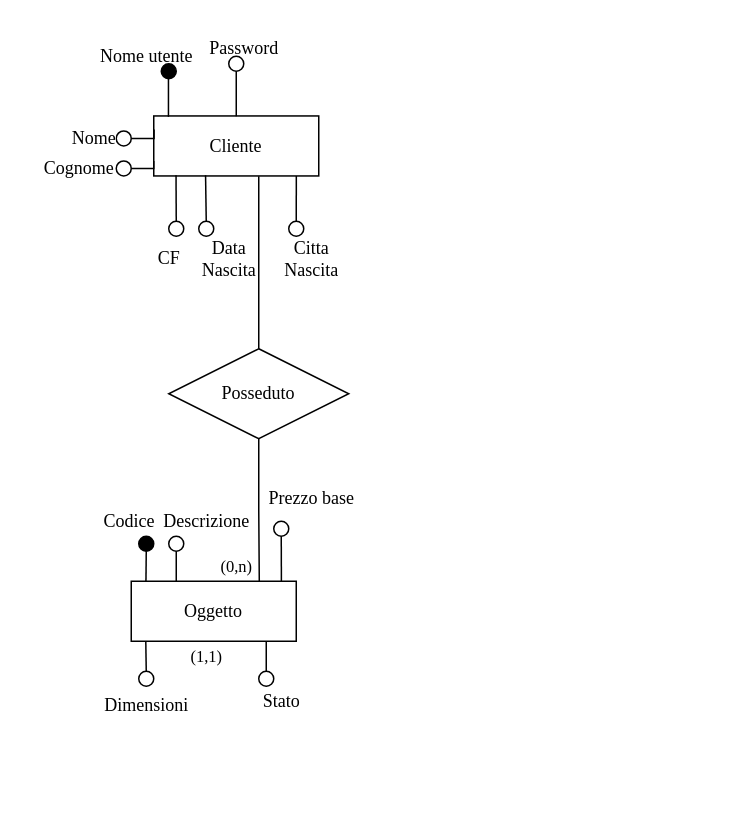
Above: materiale/Schemi Base E-R/SchemaParzialeUtente-Oggetto.drawio in A-lex00/AsteOnlineBD (draw.io), before the change. Source tidied: cells renumbered, new cells numbered last; positions are measured from the earlier drawing's top-left corner, leaving out a move shared by most shapes. Both pictures are drawn from the tidied source at 150%, with x=0, y=0 at pixel (26, 26).
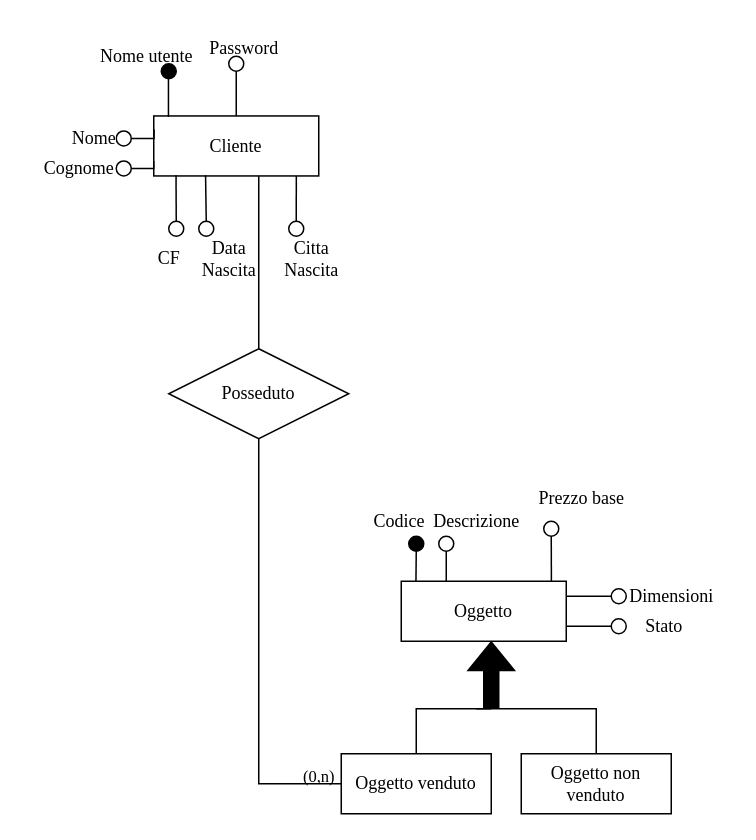
Above is the later version.

Unchanged cells that the change refers to:
```xml
<mxCell id="30" value="Posseduto" style="shape=rhombus;perimeter=rhombusPerimeter;whiteSpace=wrap;html=1;align=center;fontFamily=Times New Roman;" parent="1" vertex="1">
  <mxGeometry x="95" y="215" width="120" height="60" as="geometry" />
</mxCell>
```

Change to the diagram source:
```diff
@@
-    <mxCell id="19" style="edgeStyle=orthogonalEdgeStyle;shape=connector;rounded=0;jettySize=auto;html=1;exitX=0.5;exitY=0;exitDx=0;exitDy=0;entryX=0.818;entryY=1.009;entryDx=0;entryDy=0;entryPerimeter=0;strokeColor=default;align=center;verticalAlign=middle;fontFamily=Times New Roman;fontSize=7;fontColor=default;labelBackgroundColor=default;startFill=0;endArrow=none;" parent="1" edge="1" source="24" target="21">
-      <mxGeometry relative="1" as="geometry" />
-    </mxCell>
-    <mxCell id="20" style="edgeStyle=orthogonalEdgeStyle;rounded=0;jettySize=auto;html=1;exitX=0.5;exitY=0;exitDx=0;exitDy=0;entryX=0.088;entryY=0.98;entryDx=0;entryDy=0;entryPerimeter=0;endArrow=none;startFill=0;fontFamily=Times New Roman;" parent="1" edge="1" source="26" target="21">
-      <mxGeometry relative="1" as="geometry" />
-    </mxCell>
     <mxCell id="21" value="Oggetto" style="whiteSpace=wrap;html=1;align=center;fontFamily=Times New Roman;" parent="1" vertex="1">
-      <mxGeometry x="70" y="370" width="110" height="40" as="geometry" />
+      <mxGeometry x="250" y="370" width="110" height="40" as="geometry" />
     </mxCell>
     <mxCell id="22" style="ellipse;whiteSpace=wrap;html=1;fillColor=#000000;fontFamily=Times New Roman;" parent="1" vertex="1">
-      <mxGeometry x="75" y="340" width="10" height="10" as="geometry" />
+      <mxGeometry x="255" y="340" width="10" height="10" as="geometry" />
     </mxCell>
     <mxCell id="23" style="ellipse;whiteSpace=wrap;html=1;fontFamily=Times New Roman;" parent="1" vertex="1">
-      <mxGeometry x="95" y="340" width="10" height="10" as="geometry" />
+      <mxGeometry x="275" y="340" width="10" height="10" as="geometry" />
     </mxCell>
+    <mxCell id="19" style="edgeStyle=orthogonalEdgeStyle;rounded=0;jettySize=auto;html=1;exitX=0;exitY=0.5;exitDx=0;exitDy=0;entryX=1;entryY=0.75;entryDx=0;entryDy=0;endArrow=none;startFill=0;" parent="1" edge="1" source="24" target="21">
+      <mxGeometry relative="1" as="geometry" />
+    </mxCell>
     <mxCell id="24" style="ellipse;whiteSpace=wrap;html=1;fontFamily=Times New Roman;" parent="1" vertex="1">
-      <mxGeometry x="155" y="430" width="10" height="10" as="geometry" />
+      <mxGeometry x="390" y="395" width="10" height="10" as="geometry" />
     </mxCell>
     <mxCell id="25" style="ellipse;whiteSpace=wrap;html=1;fontFamily=Times New Roman;" parent="1" vertex="1">
-      <mxGeometry x="165" y="330" width="10" height="10" as="geometry" />
+      <mxGeometry x="345" y="330" width="10" height="10" as="geometry" />
     </mxCell>
+    <mxCell id="20" style="edgeStyle=orthogonalEdgeStyle;rounded=0;jettySize=auto;html=1;exitX=0;exitY=0.5;exitDx=0;exitDy=0;entryX=1;entryY=0.25;entryDx=0;entryDy=0;endArrow=none;startFill=0;" parent="1" edge="1" source="26" target="21">
+      <mxGeometry relative="1" as="geometry" />
+    </mxCell>
     <mxCell id="26" style="ellipse;whiteSpace=wrap;html=1;fontFamily=Times New Roman;" parent="1" vertex="1">
-      <mxGeometry x="75" y="430" width="10" height="10" as="geometry" />
+      <mxGeometry x="390" y="375" width="10" height="10" as="geometry" />
     </mxCell>
     <mxCell id="27" value="Descrizione" style="text;html=1;align=center;verticalAlign=middle;strokeColor=none;fillColor=none;fontFamily=Times New Roman;fontSize=12;fontColor=default;labelBackgroundColor=default;" parent="1" vertex="1">
-      <mxGeometry x="80" y="315" width="80" height="30" as="geometry" />
+      <mxGeometry x="260" y="315" width="80" height="30" as="geometry" />
     </mxCell>
     <mxCell id="28" value="(0,n)" style="text;html=1;align=center;verticalAlign=middle;strokeColor=none;fillColor=none;fontFamily=Times New Roman;fontSize=11;fontColor=default;labelBackgroundColor=default;" parent="1" vertex="1">
-      <mxGeometry x="120" y="345" width="40" height="30" as="geometry" />
+      <mxGeometry x="175" y="485" width="40" height="30" as="geometry" />
     </mxCell>
-    <mxCell id="29" value="(1,1)" style="text;html=1;align=center;verticalAlign=middle;strokeColor=none;fillColor=none;fontFamily=Times New Roman;fontSize=11;fontColor=default;labelBackgroundColor=default;" parent="1" vertex="1">
-      <mxGeometry x="100" y="405" width="40" height="30" as="geometry" />
-    </mxCell>
+    <mxCell id="45" style="edgeStyle=orthogonalEdgeStyle;rounded=0;jettySize=auto;html=1;exitX=0.5;exitY=1;exitDx=0;exitDy=0;entryX=0;entryY=0.5;entryDx=0;entryDy=0;endArrow=none;startFill=0;" parent="1" edge="1" source="30" target="47">
+      <mxGeometry relative="1" as="geometry" />
+    </mxCell>
@@
-    <mxCell id="32" style="edgeStyle=orthogonalEdgeStyle;shape=connector;rounded=0;jettySize=auto;html=1;exitX=0.5;exitY=1;exitDx=0;exitDy=0;entryX=0.776;entryY=0.002;entryDx=0;entryDy=0;entryPerimeter=0;strokeColor=default;align=center;verticalAlign=middle;fontFamily=Times New Roman;fontSize=11;fontColor=default;labelBackgroundColor=default;startFill=0;endArrow=none;" parent="1" edge="1" source="30" target="21">
-      <mxGeometry relative="1" as="geometry" />
-    </mxCell>
     <mxCell id="33" value="&lt;font&gt;Prezzo base&lt;/font&gt;" style="text;html=1;align=center;verticalAlign=middle;strokeColor=none;fillColor=none;fontFamily=Times New Roman;fontSize=12;fontColor=default;labelBackgroundColor=default;" parent="1" vertex="1">
-      <mxGeometry x="150" y="300" width="80" height="30" as="geometry" />
+      <mxGeometry x="330" y="300" width="80" height="30" as="geometry" />
     </mxCell>
     <mxCell id="34" value="Dimensioni" style="text;html=1;align=center;verticalAlign=middle;strokeColor=none;fillColor=none;fontFamily=Times New Roman;fontSize=12;fontColor=default;labelBackgroundColor=default;" parent="1" vertex="1">
-      <mxGeometry x="40" y="438" width="80" height="30" as="geometry" />
+      <mxGeometry x="390" y="365" width="80" height="30" as="geometry" />
     </mxCell>
     <mxCell id="35" value="Stato" style="text;html=1;align=center;verticalAlign=middle;strokeColor=none;fillColor=none;fontFamily=Times New Roman;fontSize=12;fontColor=default;labelBackgroundColor=default;" parent="1" vertex="1">
-      <mxGeometry x="145" y="435" width="50" height="30" as="geometry" />
+      <mxGeometry x="400" y="385" width="50" height="30" as="geometry" />
     </mxCell>
@@
     <mxCell id="44" value="Codice&amp;nbsp;" style="text;html=1;align=center;verticalAlign=middle;strokeColor=none;fillColor=none;fontFamily=Times New Roman;fontSize=12;fontColor=default;labelBackgroundColor=default;" parent="1" vertex="1">
-      <mxGeometry x="40" y="315" width="60" height="30" as="geometry" />
+      <mxGeometry x="220" y="315" width="60" height="30" as="geometry" />
     </mxCell>
+    <mxCell id="46" style="edgeStyle=orthogonalEdgeStyle;rounded=0;jettySize=auto;html=1;exitX=0.5;exitY=0;exitDx=0;exitDy=0;endArrow=none;startFill=0;" parent="1" edge="1" source="47">
+      <mxGeometry relative="1" as="geometry">
+        <mxPoint x="310" y="455" as="targetPoint" />
+        <Array as="points">
+          <mxPoint x="260" y="455" />
+        </Array>
+      </mxGeometry>
+    </mxCell>
+    <mxCell id="47" value="&lt;font face=&quot;Times New Roman&quot;&gt;Oggetto venduto&lt;/font&gt;" style="whiteSpace=wrap;html=1;align=center;" parent="1" vertex="1">
+      <mxGeometry x="210" y="485" width="100" height="40" as="geometry" />
+    </mxCell>
+    <mxCell id="48" style="edgeStyle=orthogonalEdgeStyle;rounded=0;jettySize=auto;html=1;exitX=0.5;exitY=0;exitDx=0;exitDy=0;endArrow=none;startFill=0;" parent="1" edge="1" source="49">
+      <mxGeometry relative="1" as="geometry">
+        <mxPoint x="300" y="455" as="targetPoint" />
+        <Array as="points">
+          <mxPoint x="380" y="455" />
+        </Array>
+      </mxGeometry>
+    </mxCell>
+    <mxCell id="49" value="&lt;font face=&quot;Times New Roman&quot;&gt;Oggetto non venduto&lt;/font&gt;" style="whiteSpace=wrap;html=1;align=center;" parent="1" vertex="1">
+      <mxGeometry x="330" y="485" width="100" height="40" as="geometry" />
+    </mxCell>
+    <mxCell id="50" style="shape=flexArrow;endArrow=classic;html=1;rounded=0;entryX=0.5;entryY=1;entryDx=0;entryDy=0;labelBackgroundColor=none;fillColor=#000000;" parent="1" edge="1">
+      <mxGeometry relative="1" as="geometry">
+        <mxPoint x="310" y="455" as="sourcePoint" />
+        <mxPoint x="310" y="410" as="targetPoint" />
+      </mxGeometry>
+    </mxCell>
```
